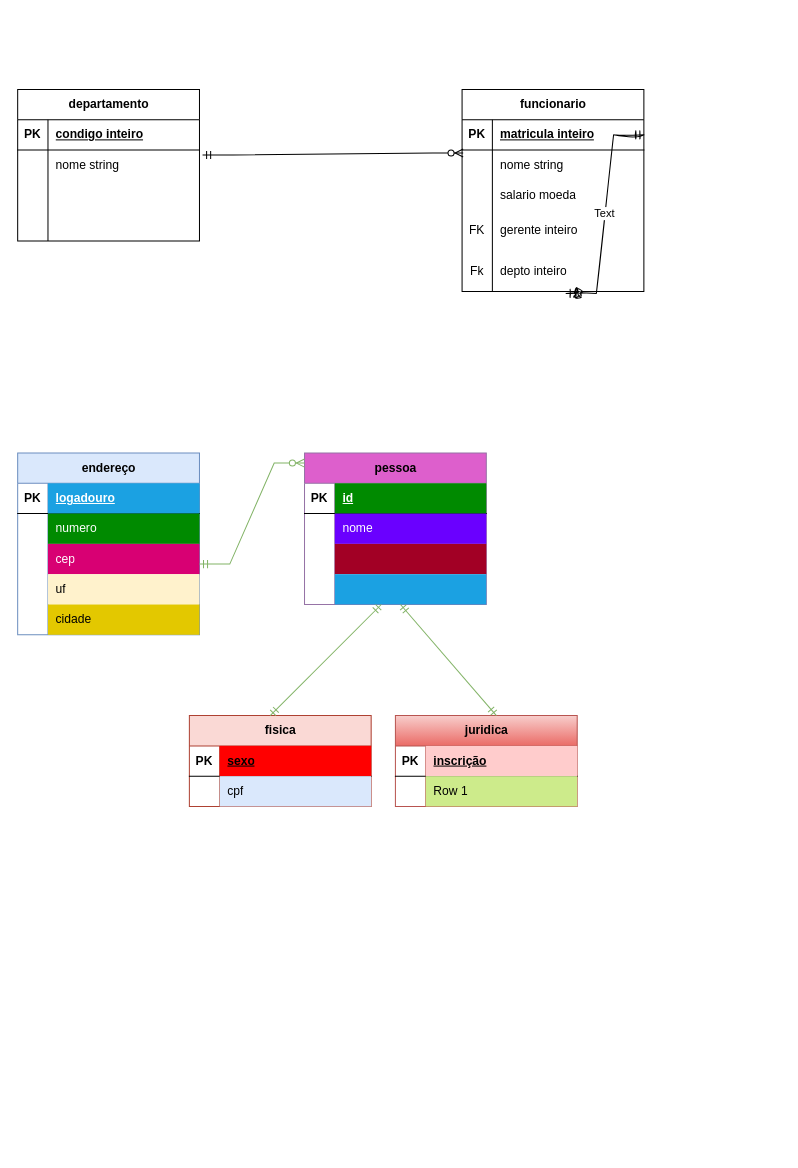
The draw.io diagram Diagrama sem nome.drawio in ygorsgn/mdc118, before the edit. Source tidied: cells renumbered, new cells numbered last; positions are measured from the earlier drawing's top-left corner, leaving out a move shared by most shapes. Both pictures are drawn from the tidied source at 101%, with x=0, y=0 at pixel (17, 45).
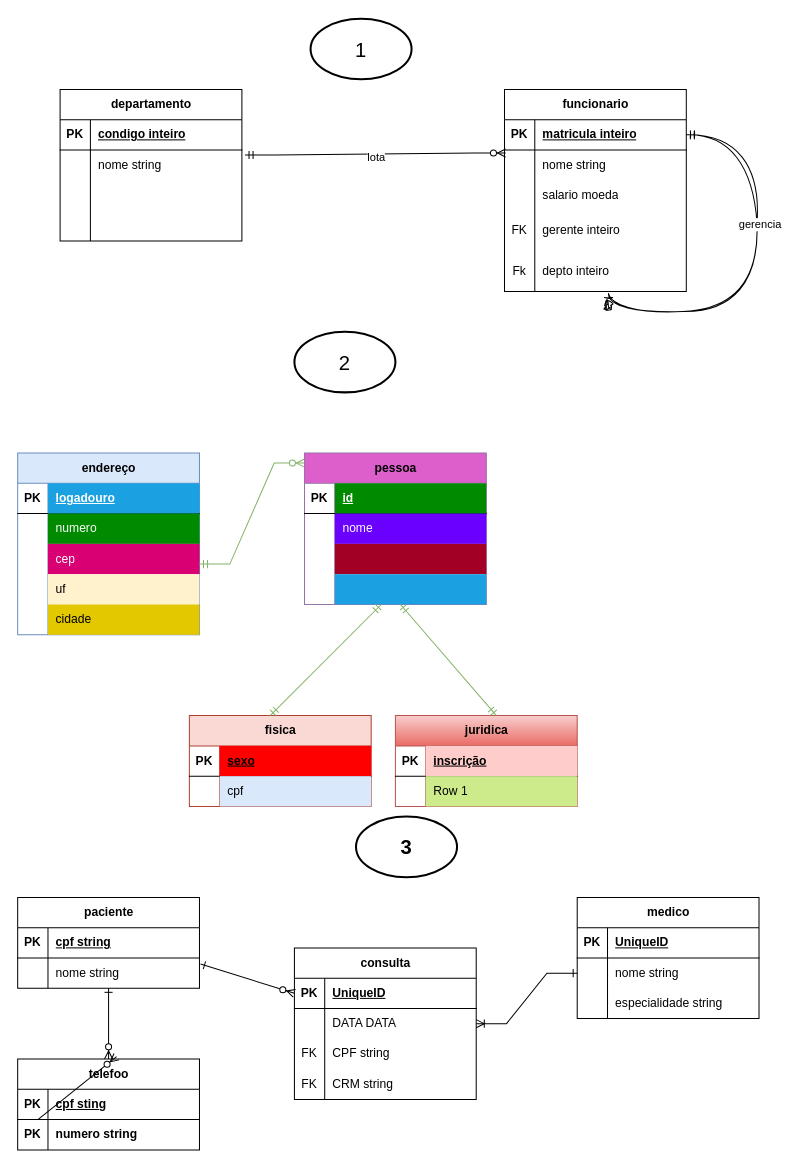
The same diagram, later.

The change refers to these unchanged cells:
```xml
<mxCell id="6" style="shape=tableRow;horizontal=0;startSize=0;swimlaneHead=0;swimlaneBody=0;fillColor=none;points=[[0,0.5],[1,0.5]];portConstraint=eastwest;top=0;left=0;right=0;bottom=0;" parent="2" vertex="1">
  <mxGeometry y="60" width="180" height="30" as="geometry" />
</mxCell>
<mxCell id="16" style="shape=tableRow;horizontal=0;startSize=0;swimlaneHead=0;swimlaneBody=0;fillColor=none;points=[[0,0.5],[1,0.5]];portConstraint=eastwest;top=0;left=0;right=0;bottom=1;" parent="15" vertex="1">
  <mxGeometry y="30" width="180" height="30" as="geometry" />
</mxCell>
<mxCell id="19" style="shape=tableRow;horizontal=0;startSize=0;swimlaneHead=0;swimlaneBody=0;fillColor=none;points=[[0,0.5],[1,0.5]];portConstraint=eastwest;top=0;left=0;right=0;bottom=0;" parent="15" vertex="1">
  <mxGeometry y="60" width="180" height="30" as="geometry" />
</mxCell>
<mxCell id="28" style="shape=tableRow;horizontal=0;startSize=0;swimlaneHead=0;swimlaneBody=0;fillColor=none;points=[[0,0.5],[1,0.5]];portConstraint=eastwest;top=0;left=0;right=0;bottom=0;" parent="15" vertex="1">
  <mxGeometry y="160" width="180" height="40" as="geometry" />
</mxCell>
```

The edit, as a diff of the source:
```diff
@@
     <mxCell id="2" value="departamento" style="shape=table;startSize=30;childLayout=tableLayout;rowLines=0;fontStyle=1;align=center;html=1;" parent="1" vertex="1">
-      <mxGeometry y="43" width="180" height="150" as="geometry" />
+      <mxGeometry x="42" y="43" width="180" height="150" as="geometry" />
     </mxCell>
@@
     <mxCell id="15" value="funcionario" style="shape=table;startSize=30;childLayout=tableLayout;rowLines=0;fontStyle=1;align=center;html=1;" parent="1" vertex="1">
-      <mxGeometry x="440" y="43" width="180" height="200" as="geometry" />
+      <mxGeometry x="482" y="43" width="180" height="200" as="geometry" />
     </mxCell>
@@
-    <mxCell id="31" style="edgeStyle=entityRelationEdgeStyle;fontSize=12;html=1;endArrow=ERzeroToOne;startArrow=ERmandOne;rounded=0;entryX=0.572;entryY=1.05;entryDx=0;entryDy=0;entryPerimeter=0;exitX=1;exitY=0.5;exitDx=0;exitDy=0;sketch=1;curveFitting=1;jiggle=2;" parent="15" edge="1" source="16" target="28">
+    <mxCell id="31" style="edgeStyle=orthogonalEdgeStyle;fontSize=12;html=1;endArrow=ERzeroToOne;startArrow=ERmandOne;rounded=0;entryX=0.572;entryY=1.05;entryDx=0;entryDy=0;entryPerimeter=0;exitX=1;exitY=0.5;exitDx=0;exitDy=0;sketch=1;curveFitting=1;jiggle=2;curved=1;" parent="15" edge="1" source="16" target="28">
       <mxGeometry relative="1" as="geometry">
         <Array as="points">
-          <mxPoint x="190" y="-43" />
-          <mxPoint x="240" y="117" />
-          <mxPoint x="210" y="117" />
-          <mxPoint x="210" y="37" />
-          <mxPoint x="200" y="37" />
-          <mxPoint x="200" y="27" />
+          <mxPoint x="250" y="45" />
+          <mxPoint x="250" y="220" />
+          <mxPoint x="103" y="220" />
         </Array>
       </mxGeometry>
     </mxCell>
-    <mxCell id="32" value="Text" style="edgeLabel;html=1;align=center;verticalAlign=middle;" parent="31" vertex="1">
-      <mxGeometry x="-0.01" y="-1" relative="1" as="geometry" />
-    </mxCell>
+    <mxCell id="80" value="gerencia" style="edgeLabel;html=1;align=center;verticalAlign=middle;" parent="31" vertex="1">
+      <mxGeometry x="-0.23" y="2" relative="1" as="geometry" />
+    </mxCell>
     <mxCell id="33" style="edgeStyle=entityRelationEdgeStyle;fontSize=12;html=1;endArrow=ERzeroToMany;startArrow=ERmandOne;rounded=0;exitX=1.017;exitY=0.167;exitDx=0;exitDy=0;exitPerimeter=0;entryX=0.006;entryY=0.1;entryDx=0;entryDy=0;entryPerimeter=0;" parent="1" edge="1" source="6" target="19">
       <mxGeometry relative="1" as="geometry">
         <Array as="points">
-          <mxPoint x="140" y="53" />
-          <mxPoint x="160" y="73" />
+          <mxPoint x="182" y="53" />
+          <mxPoint x="202" y="73" />
         </Array>
       </mxGeometry>
     </mxCell>
+    <mxCell id="81" value="lota" style="edgeLabel;html=1;align=center;verticalAlign=middle;" parent="33" vertex="1">
+      <mxGeometry y="-2" relative="1" as="geometry" />
+    </mxCell>
@@
+    <mxCell id="82" value="paciente" style="shape=table;startSize=30;childLayout=tableLayout;rowLines=0;fontStyle=1;align=center;html=1;" parent="1" vertex="1">
+      <mxGeometry y="843" width="180" height="90" as="geometry" />
+    </mxCell>
+    <mxCell id="83" style="shape=tableRow;horizontal=0;startSize=0;swimlaneHead=0;swimlaneBody=0;fillColor=none;top=0;left=0;right=0;bottom=1;" parent="82" vertex="1">
+      <mxGeometry y="30" width="180" height="30" as="geometry" />
+    </mxCell>
+    <mxCell id="84" value="PK" style="shape=partialRectangle;fillColor=none;top=0;left=0;bottom=0;right=0;fontStyle=1;overflow=hidden;whiteSpace=wrap;html=1;" parent="83" vertex="1">
+      <mxGeometry width="30" height="30" as="geometry" />
+    </mxCell>
+    <mxCell id="85" value="cpf string" style="shape=partialRectangle;fillColor=none;top=0;left=0;bottom=0;right=0;align=left;spacingLeft=6;fontStyle=5;overflow=hidden;whiteSpace=wrap;html=1;" parent="83" vertex="1">
+      <mxGeometry x="30" width="150" height="30" as="geometry" />
+    </mxCell>
+    <mxCell id="86" style="shape=tableRow;horizontal=0;startSize=0;swimlaneHead=0;swimlaneBody=0;fillColor=none;points=[[0,0.5],[1,0.5]];portConstraint=eastwest;top=0;left=0;right=0;bottom=0;" parent="82" vertex="1">
+      <mxGeometry y="60" width="180" height="30" as="geometry" />
+    </mxCell>
+    <mxCell id="87" style="shape=partialRectangle;fillColor=none;top=0;left=0;bottom=0;right=0;overflow=hidden;whiteSpace=wrap;html=1;" parent="86" vertex="1">
+      <mxGeometry width="30" height="30" as="geometry" />
+    </mxCell>
+    <mxCell id="88" value="nome string" style="shape=partialRectangle;fillColor=none;top=0;left=0;bottom=0;right=0;align=left;spacingLeft=6;overflow=hidden;whiteSpace=wrap;html=1;" parent="86" vertex="1">
+      <mxGeometry x="30" width="150" height="30" as="geometry" />
+    </mxCell>
+    <mxCell id="89" value="consulta" style="shape=table;startSize=30;childLayout=tableLayout;rowLines=0;fontStyle=1;align=center;html=1;" parent="1" vertex="1">
+      <mxGeometry x="274" y="893" width="180" height="150" as="geometry" />
+    </mxCell>
+    <mxCell id="90" style="shape=tableRow;horizontal=0;startSize=0;swimlaneHead=0;swimlaneBody=0;fillColor=none;points=[[0,0.5],[1,0.5]];portConstraint=eastwest;top=0;left=0;right=0;bottom=1;" parent="89" vertex="1">
+      <mxGeometry y="30" width="180" height="30" as="geometry" />
+    </mxCell>
+    <mxCell id="91" value="PK" style="shape=partialRectangle;fillColor=none;top=0;left=0;bottom=0;right=0;fontStyle=1;overflow=hidden;whiteSpace=wrap;html=1;" parent="90" vertex="1">
+      <mxGeometry width="30" height="30" as="geometry" />
+    </mxCell>
+    <mxCell id="92" value="UniqueID" style="shape=partialRectangle;fillColor=none;top=0;left=0;bottom=0;right=0;align=left;spacingLeft=6;fontStyle=5;overflow=hidden;whiteSpace=wrap;html=1;" parent="90" vertex="1">
+      <mxGeometry x="30" width="150" height="30" as="geometry" />
+    </mxCell>
+    <mxCell id="93" style="shape=tableRow;horizontal=0;startSize=0;swimlaneHead=0;swimlaneBody=0;fillColor=none;points=[[0,0.5],[1,0.5]];portConstraint=eastwest;top=0;left=0;right=0;bottom=0;" parent="89" vertex="1">
+      <mxGeometry y="60" width="180" height="30" as="geometry" />
+    </mxCell>
+    <mxCell id="94" style="shape=partialRectangle;fillColor=none;top=0;left=0;bottom=0;right=0;overflow=hidden;whiteSpace=wrap;html=1;" parent="93" vertex="1">
+      <mxGeometry width="30" height="30" as="geometry" />
+    </mxCell>
+    <mxCell id="95" value="DATA DATA" style="shape=partialRectangle;fillColor=none;top=0;left=0;bottom=0;right=0;align=left;spacingLeft=6;overflow=hidden;whiteSpace=wrap;html=1;" parent="93" vertex="1">
+      <mxGeometry x="30" width="150" height="30" as="geometry" />
+    </mxCell>
+    <mxCell id="96" style="shape=tableRow;horizontal=0;startSize=0;swimlaneHead=0;swimlaneBody=0;fillColor=none;top=0;left=0;right=0;bottom=0;" parent="89" vertex="1">
+      <mxGeometry y="90" width="180" height="30" as="geometry" />
+    </mxCell>
+    <mxCell id="97" value="FK" style="shape=partialRectangle;fillColor=none;top=0;left=0;bottom=0;right=0;overflow=hidden;whiteSpace=wrap;html=1;" parent="96" vertex="1">
+      <mxGeometry width="30" height="30" as="geometry" />
+    </mxCell>
+    <mxCell id="98" value="CPF string" style="shape=partialRectangle;fillColor=none;top=0;left=0;bottom=0;right=0;align=left;spacingLeft=6;overflow=hidden;whiteSpace=wrap;html=1;" parent="96" vertex="1">
+      <mxGeometry x="30" width="150" height="30" as="geometry" />
+    </mxCell>
+    <mxCell id="99" style="shape=tableRow;horizontal=0;startSize=0;swimlaneHead=0;swimlaneBody=0;fillColor=none;top=0;left=0;right=0;bottom=0;" parent="89" vertex="1">
+      <mxGeometry y="120" width="180" height="30" as="geometry" />
+    </mxCell>
+    <mxCell id="100" value="FK" style="shape=partialRectangle;fillColor=none;top=0;left=0;bottom=0;right=0;overflow=hidden;whiteSpace=wrap;html=1;" parent="99" vertex="1">
+      <mxGeometry width="30" height="30" as="geometry" />
+    </mxCell>
+    <mxCell id="101" value="CRM string" style="shape=partialRectangle;fillColor=none;top=0;left=0;bottom=0;right=0;align=left;spacingLeft=6;overflow=hidden;whiteSpace=wrap;html=1;" parent="99" vertex="1">
+      <mxGeometry x="30" width="150" height="30" as="geometry" />
+    </mxCell>
+    <mxCell id="102" value="medico" style="shape=table;startSize=30;childLayout=tableLayout;rowLines=0;fontStyle=1;align=center;html=1;" parent="1" vertex="1">
+      <mxGeometry x="554" y="843" width="180" height="120" as="geometry" />
+    </mxCell>
+    <mxCell id="103" style="shape=tableRow;horizontal=0;startSize=0;swimlaneHead=0;swimlaneBody=0;fillColor=none;top=0;left=0;right=0;bottom=1;" parent="102" vertex="1">
+      <mxGeometry y="30" width="180" height="30" as="geometry" />
+    </mxCell>
+    <mxCell id="104" value="PK" style="shape=partialRectangle;fillColor=none;top=0;left=0;bottom=0;right=0;fontStyle=1;overflow=hidden;whiteSpace=wrap;html=1;" parent="103" vertex="1">
+      <mxGeometry width="30" height="30" as="geometry" />
+    </mxCell>
+    <mxCell id="105" value="UniqueID" style="shape=partialRectangle;fillColor=none;top=0;left=0;bottom=0;right=0;align=left;spacingLeft=6;fontStyle=5;overflow=hidden;whiteSpace=wrap;html=1;" parent="103" vertex="1">
+      <mxGeometry x="30" width="150" height="30" as="geometry" />
+    </mxCell>
+    <mxCell id="106" style="shape=tableRow;horizontal=0;startSize=0;swimlaneHead=0;swimlaneBody=0;fillColor=none;points=[[0,0.5],[1,0.5]];portConstraint=eastwest;top=0;left=0;right=0;bottom=0;" parent="102" vertex="1">
+      <mxGeometry y="60" width="180" height="30" as="geometry" />
+    </mxCell>
+    <mxCell id="107" style="shape=partialRectangle;fillColor=none;top=0;left=0;bottom=0;right=0;overflow=hidden;whiteSpace=wrap;html=1;" parent="106" vertex="1">
+      <mxGeometry width="30" height="30" as="geometry" />
+    </mxCell>
+    <mxCell id="108" value="nome string" style="shape=partialRectangle;fillColor=none;top=0;left=0;bottom=0;right=0;align=left;spacingLeft=6;overflow=hidden;whiteSpace=wrap;html=1;" parent="106" vertex="1">
+      <mxGeometry x="30" width="150" height="30" as="geometry" />
+    </mxCell>
+    <mxCell id="109" style="shape=tableRow;horizontal=0;startSize=0;swimlaneHead=0;swimlaneBody=0;fillColor=none;top=0;left=0;right=0;bottom=0;" parent="102" vertex="1">
+      <mxGeometry y="90" width="180" height="30" as="geometry" />
+    </mxCell>
+    <mxCell id="110" style="shape=partialRectangle;fillColor=none;top=0;left=0;bottom=0;right=0;overflow=hidden;whiteSpace=wrap;html=1;" parent="109" vertex="1">
+      <mxGeometry width="30" height="30" as="geometry" />
+    </mxCell>
+    <mxCell id="111" value="especialidade string" style="shape=partialRectangle;fillColor=none;top=0;left=0;bottom=0;right=0;align=left;spacingLeft=6;overflow=hidden;whiteSpace=wrap;html=1;" parent="109" vertex="1">
+      <mxGeometry x="30" width="150" height="30" as="geometry" />
+    </mxCell>
+    <mxCell id="112" value="telefoo" style="shape=table;startSize=30;childLayout=tableLayout;rowLines=0;fontStyle=1;align=center;html=1;" parent="1" vertex="1">
+      <mxGeometry y="1003" width="180" height="90" as="geometry" />
+    </mxCell>
+    <mxCell id="113" style="shape=tableRow;horizontal=0;startSize=0;swimlaneHead=0;swimlaneBody=0;fillColor=none;top=0;left=0;right=0;bottom=1;" parent="112" vertex="1">
+      <mxGeometry y="30" width="180" height="30" as="geometry" />
+    </mxCell>
+    <mxCell id="114" value="PK" style="shape=partialRectangle;fillColor=none;top=0;left=0;bottom=0;right=0;fontStyle=1;overflow=hidden;whiteSpace=wrap;html=1;" parent="113" vertex="1">
+      <mxGeometry width="30" height="30" as="geometry" />
+    </mxCell>
+    <mxCell id="115" value="cpf sting" style="shape=partialRectangle;fillColor=none;top=0;left=0;bottom=0;right=0;align=left;spacingLeft=6;fontStyle=5;overflow=hidden;whiteSpace=wrap;html=1;" parent="113" vertex="1">
+      <mxGeometry x="30" width="150" height="30" as="geometry" />
+    </mxCell>
+    <mxCell id="116" style="shape=tableRow;horizontal=0;startSize=0;swimlaneHead=0;swimlaneBody=0;fillColor=none;top=0;left=0;right=0;bottom=0;" parent="112" vertex="1">
+      <mxGeometry y="60" width="180" height="30" as="geometry" />
+    </mxCell>
+    <mxCell id="117" value="&lt;b&gt;PK&lt;/b&gt;" style="shape=partialRectangle;fillColor=none;top=0;left=0;bottom=0;right=0;overflow=hidden;whiteSpace=wrap;html=1;" parent="116" vertex="1">
+      <mxGeometry width="30" height="30" as="geometry" />
+    </mxCell>
+    <mxCell id="118" value="&lt;b&gt;numero string&lt;/b&gt;" style="shape=partialRectangle;fillColor=none;top=0;left=0;bottom=0;right=0;align=left;spacingLeft=6;overflow=hidden;whiteSpace=wrap;html=1;" parent="116" vertex="1">
+      <mxGeometry x="30" width="150" height="30" as="geometry" />
+    </mxCell>
+    <mxCell id="119" value="&lt;p style=&quot;line-height: 120%; font-size: 20px;&quot;&gt;&lt;b&gt;3&lt;/b&gt;&lt;/p&gt;" style="strokeWidth=2;html=1;shape=mxgraph.flowchart.start_1;whiteSpace=wrap;" parent="1" vertex="1">
+      <mxGeometry x="335" y="763" width="100" height="60" as="geometry" />
+    </mxCell>
+    <mxCell id="120" value="&lt;font style=&quot;font-size: 20px;&quot;&gt;2&lt;/font&gt;" style="strokeWidth=2;html=1;shape=mxgraph.flowchart.start_1;whiteSpace=wrap;" parent="1" vertex="1">
+      <mxGeometry x="274" y="283" width="100" height="60" as="geometry" />
+    </mxCell>
+    <mxCell id="121" value="&lt;font style=&quot;font-size: 20px;&quot;&gt;1&lt;/font&gt;" style="strokeWidth=2;html=1;shape=mxgraph.flowchart.start_1;whiteSpace=wrap;" parent="1" vertex="1">
+      <mxGeometry x="290" y="-27" width="100" height="60" as="geometry" />
+    </mxCell>
+    <mxCell id="122" style="fontSize=12;html=1;endArrow=ERzeroToMany;endFill=1;rounded=0;exitX=0.544;exitY=1;exitDx=0;exitDy=0;entryX=0.544;entryY=-0.025;entryDx=0;entryDy=0;exitPerimeter=0;entryPerimeter=0;" parent="1" edge="1" target="112">
+      <mxGeometry relative="1" as="geometry">
+        <mxPoint x="20" y="1063" as="sourcePoint" />
+      </mxGeometry>
+    </mxCell>
+    <mxCell id="123" style="fontSize=12;html=1;endArrow=ERzeroToMany;endFill=1;rounded=0;horizontal=1;startArrow=ERone;startFill=0;entryX=0.5;entryY=0;entryDx=0;entryDy=0;" parent="1" edge="1" target="112">
+      <mxGeometry relative="1" as="geometry">
+        <mxPoint x="90" y="933" as="sourcePoint" />
+      </mxGeometry>
+    </mxCell>
+    <mxCell id="124" style="fontSize=12;html=1;endArrow=ERzeroToMany;endFill=1;rounded=0;horizontal=1;startArrow=ERone;startFill=0;entryX=0;entryY=0.5;entryDx=0;entryDy=0;exitX=1.006;exitY=0.2;exitDx=0;exitDy=0;exitPerimeter=0;" parent="1" edge="1" source="86" target="90">
+      <mxGeometry relative="1" as="geometry" />
+    </mxCell>
+    <mxCell id="125" style="edgeStyle=entityRelationEdgeStyle;fontSize=12;html=1;endArrow=ERoneToMany;rounded=0;entryX=1;entryY=0.5;entryDx=0;entryDy=0;exitX=0;exitY=0.5;exitDx=0;exitDy=0;startArrow=ERone;startFill=0;" parent="1" edge="1" source="106" target="93">
+      <mxGeometry relative="1" as="geometry">
+        <Array as="points">
+          <mxPoint x="550" y="923" />
+        </Array>
+      </mxGeometry>
+    </mxCell>
```
